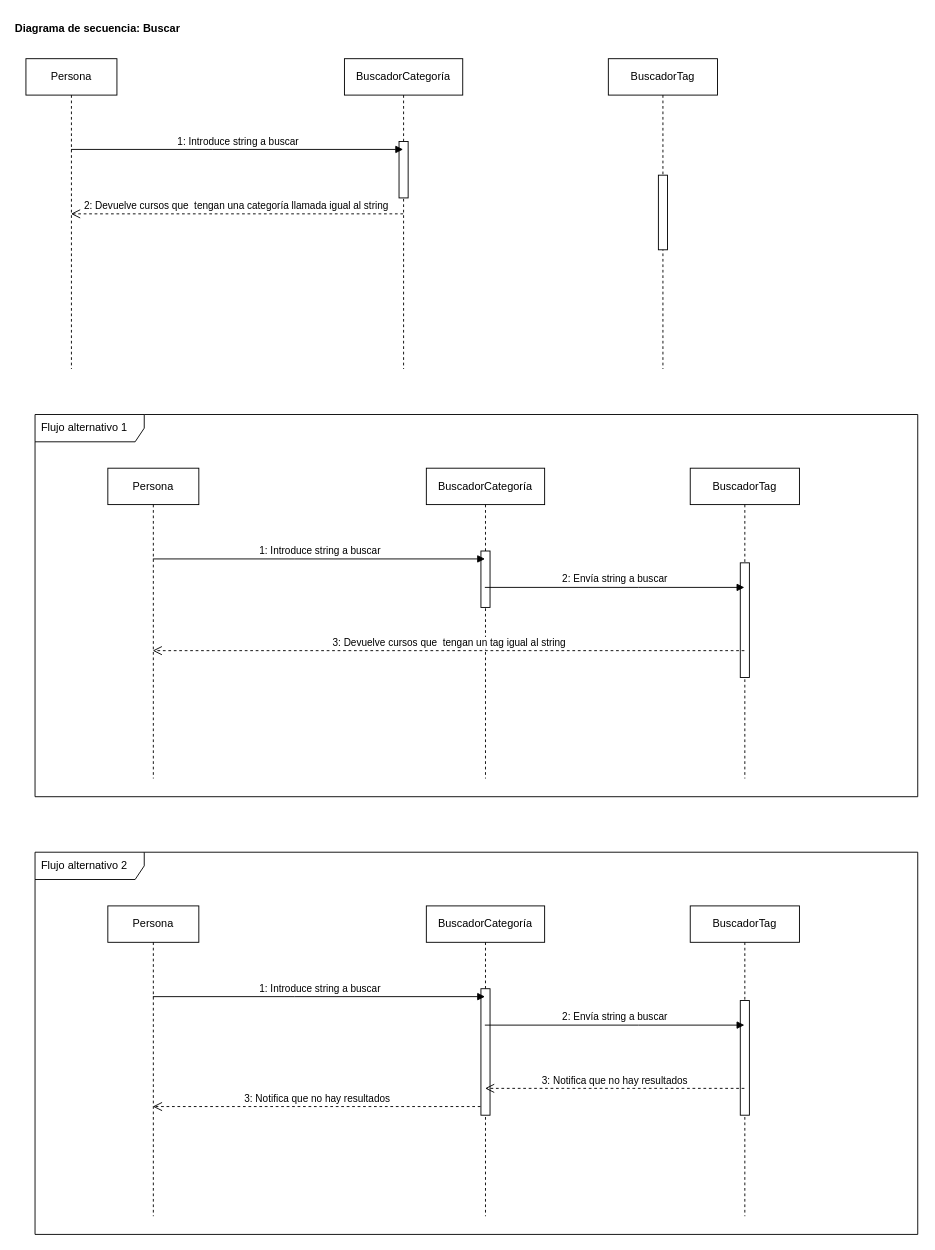
The draw.io diagram page "Secuencia: Buscar" (11 of 11) of Propuesta1ProyectoDesarrollo.drawio in ernestod10/Diagramas, before the edit. Source tidied: cells renumbered, new cells numbered last; positions are measured from the earlier drawing's top-left corner, leaving out a move shared by most shapes. Both pictures are drawn from the tidied source at 91%, with x=0, y=0 at pixel (25, 15).
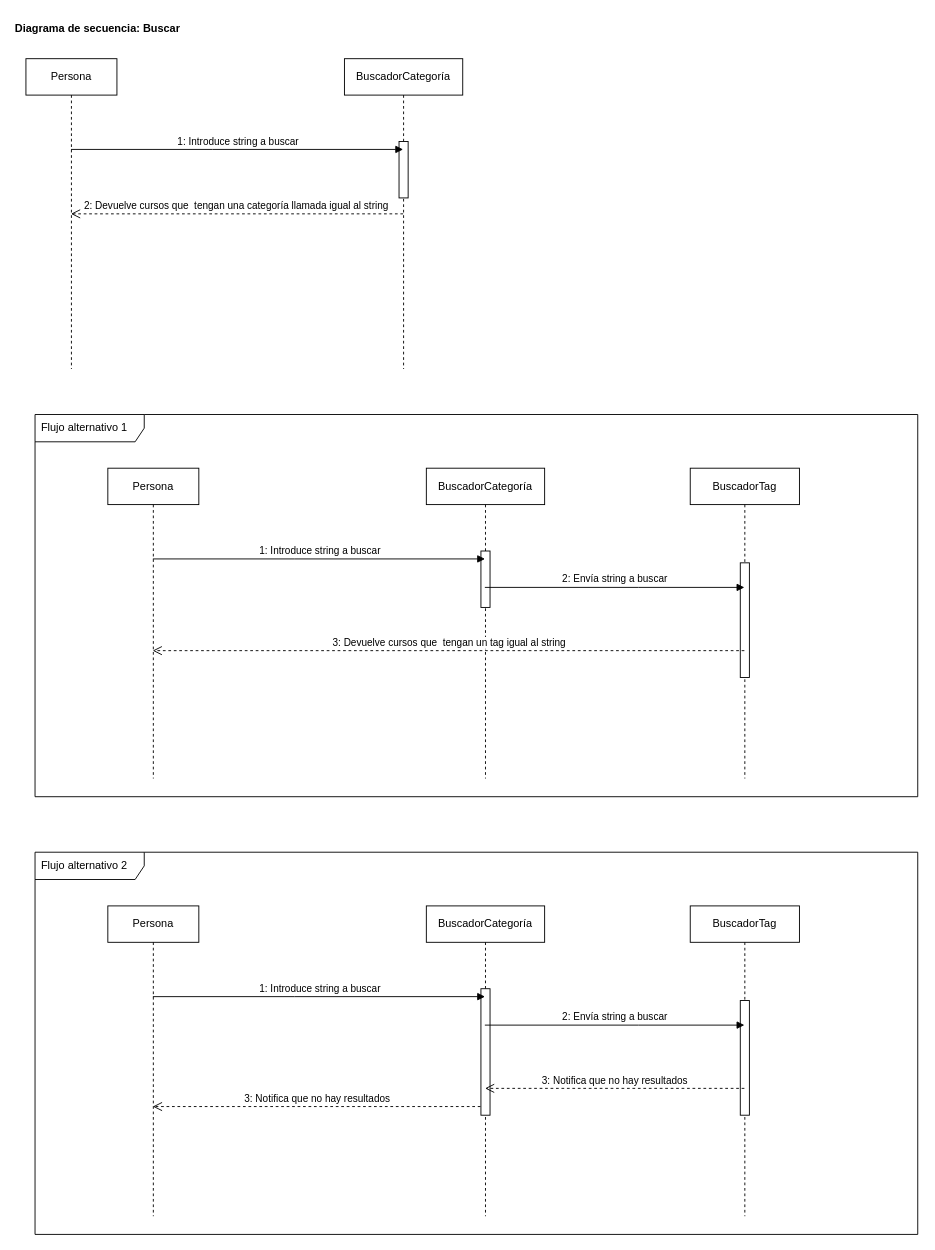
The same diagram, later.

What changed in the source:
```diff
@@
-    <mxCell id="6" value="BuscadorTag" style="shape=umlLifeline;perimeter=lifelinePerimeter;whiteSpace=wrap;html=1;" parent="1" vertex="1">
-      <mxGeometry x="640" y="47" width="120" height="341" as="geometry" />
-    </mxCell>
-    <mxCell id="7" style="html=1;perimeter=orthogonalPerimeter;" parent="6" vertex="1">
-      <mxGeometry x="55" y="128" width="10" height="82" as="geometry" />
-    </mxCell>
```
